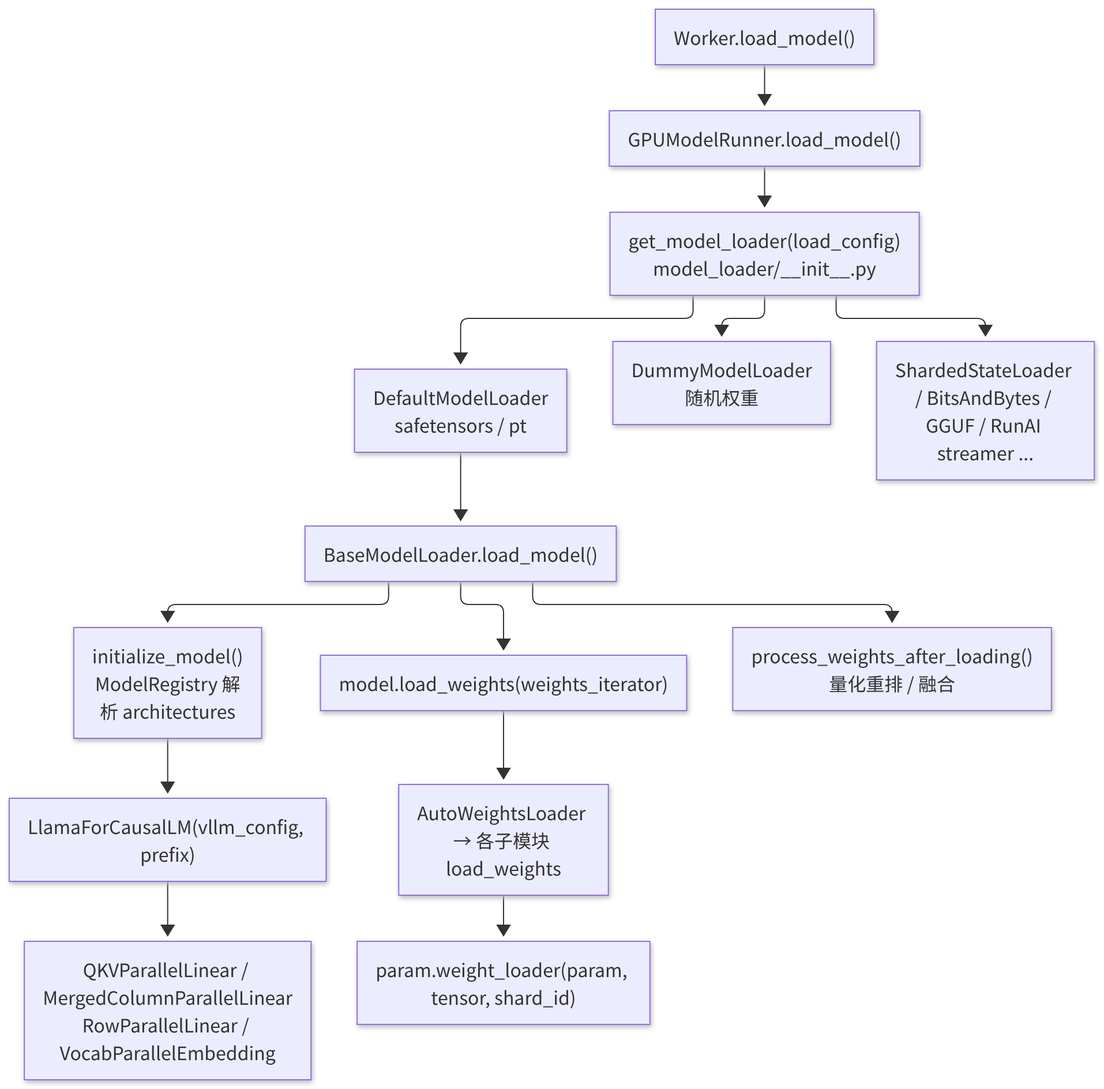
Wedsonlin/vllm_code keeps this Mermaid diagram as course/revised/images/B5/B5-fig1.png. Above is the earlier version. Its source is kept beside it as course/revised/diagrams-src/B5/B5-fig1.mmd.
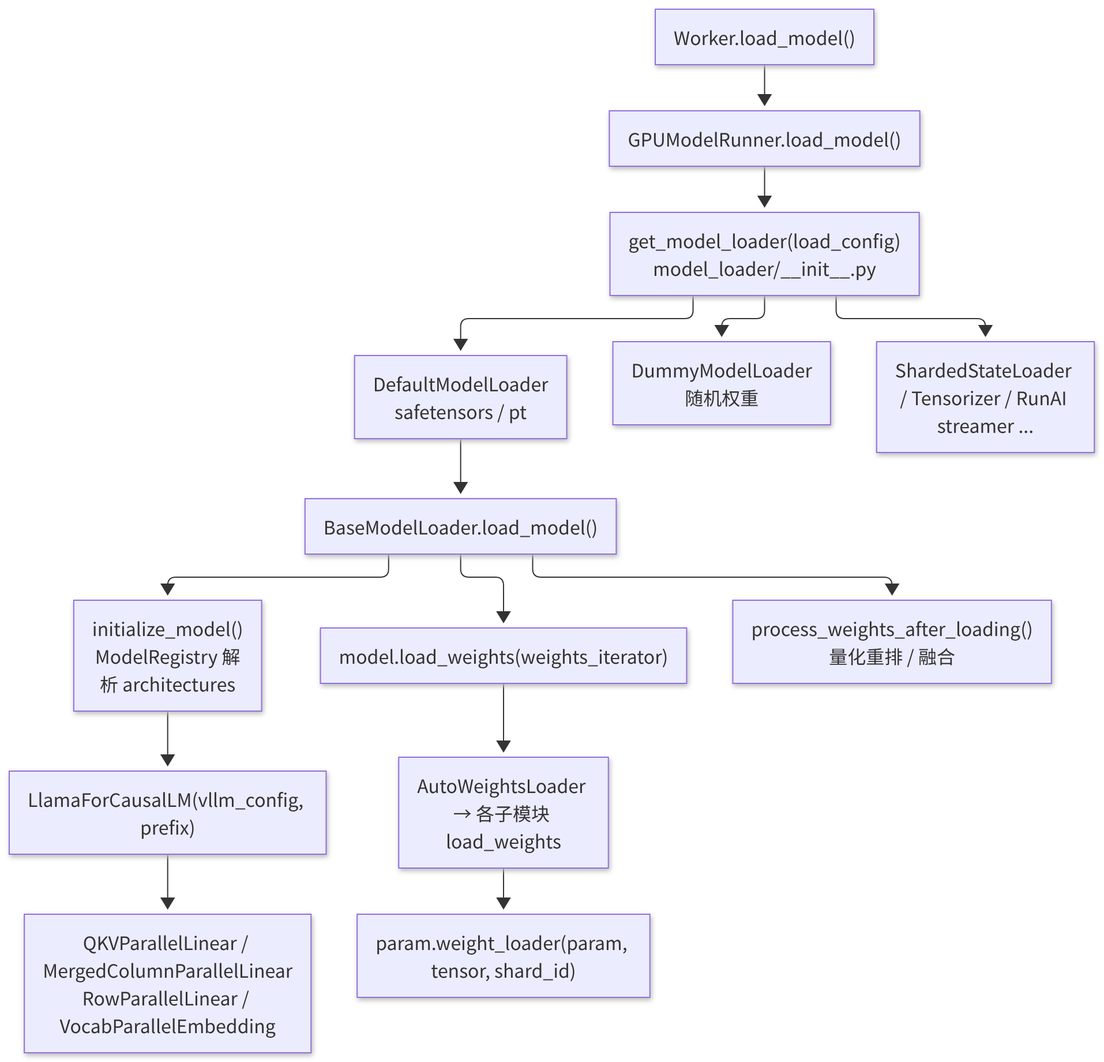
The same diagram one commit later.

Change to the diagram source:
```diff
@@ -3,7 +3,7 @@
   MR --> GL["get_model_loader(load_config)<br/>model_loader/__init__.py"]
   GL --> DL["DefaultModelLoader<br/>safetensors / pt"]
   GL --> DU["DummyModelLoader<br/>随机权重"]
-  GL --> OT["ShardedStateLoader / BitsAndBytes / GGUF / RunAI streamer ..."]
+  GL --> OT["ShardedStateLoader / Tensorizer / RunAI streamer ..."]
   DL --> BL["BaseModelLoader.load_model()"]
   BL --> IM["initialize_model()<br/>ModelRegistry 解析 architectures"]
   IM --> MC["LlamaForCausalLM(vllm_config, prefix)"]
```
